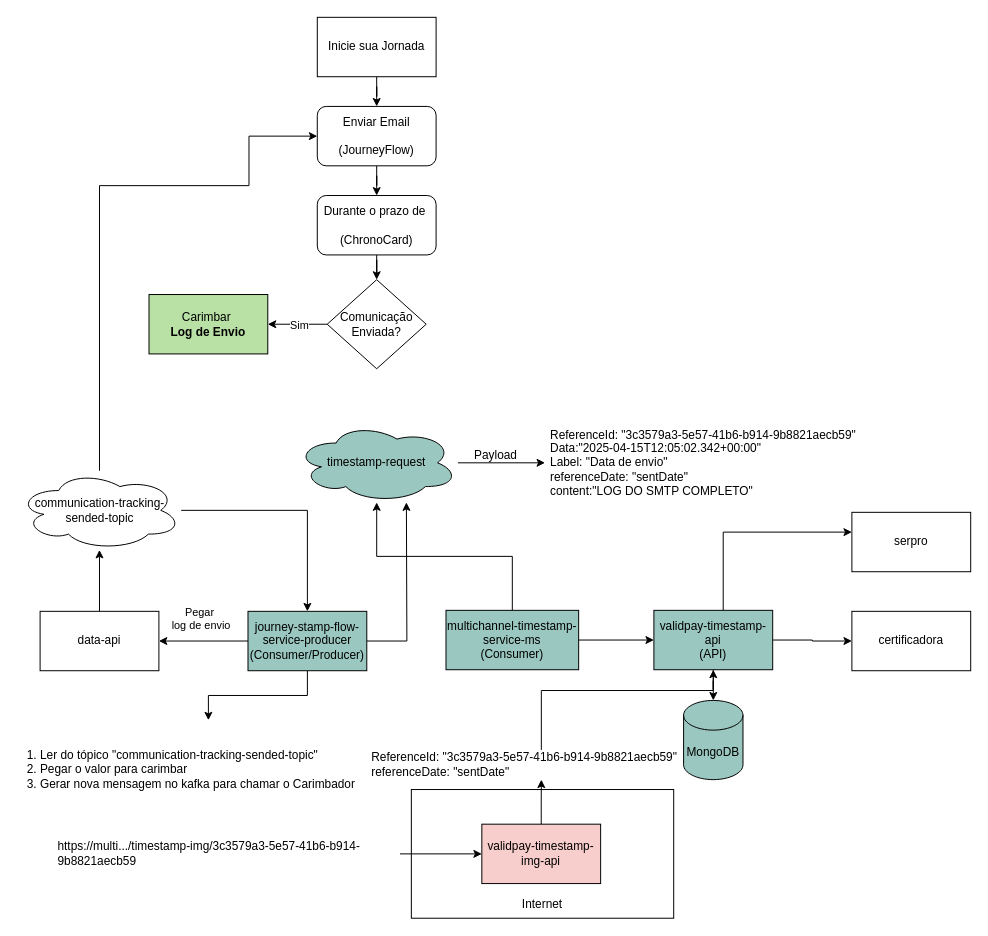
The draw.io diagram page "Desenho Jornada Carimbo Envio de Email com Back" (3 of 3) of Diagrama Journey.drawio in caio-bueno/draws-valid, before the edit. Source tidied: cells renumbered, new cells numbered last; positions are measured from the earlier drawing's top-left corner, leaving out a move shared by most shapes. Both pictures are drawn from the tidied source at 99%, with x=0, y=0 at pixel (18, 17).
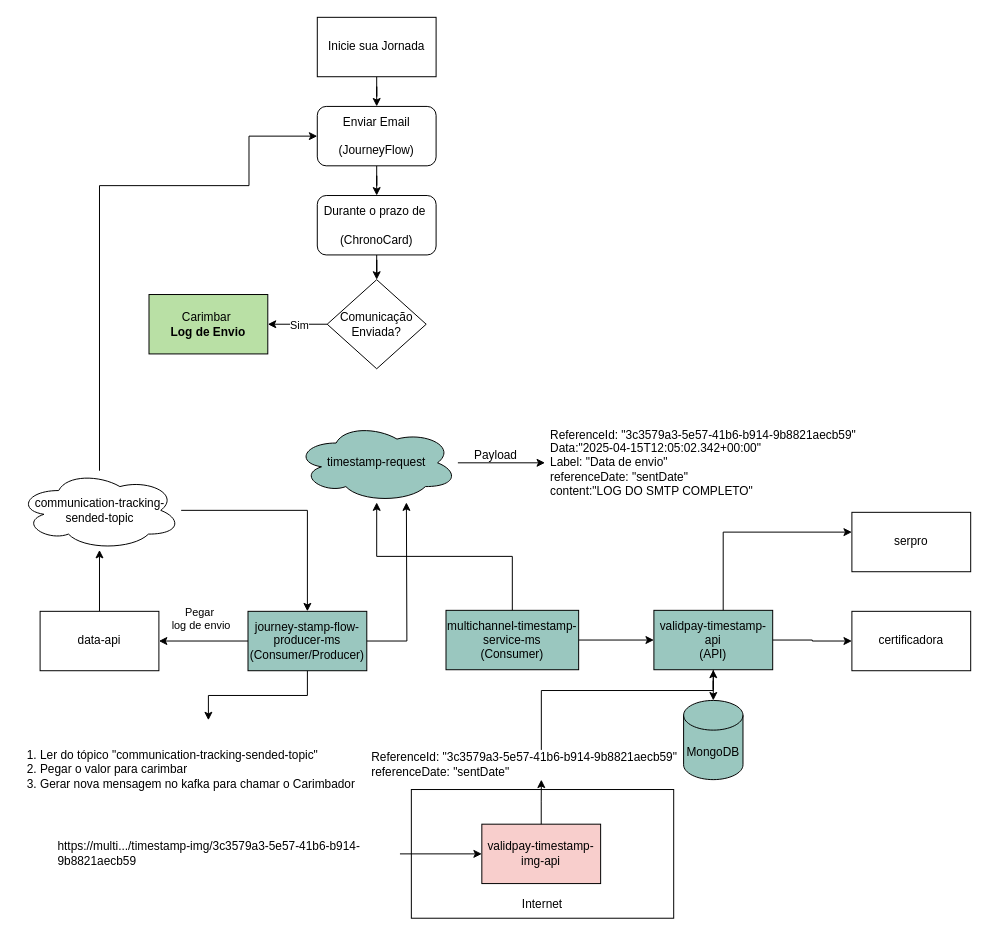
The same diagram, later.

Change to the diagram source:
```diff
@@
-    <mxCell id="14" value="journey-stamp-flow-service-producer&lt;div&gt;(Consumer/Producer)&lt;/div&gt;" style="rounded=0;whiteSpace=wrap;html=1;fillColor=#9AC7BF;" parent="1" vertex="1">
+    <mxCell id="14" value="journey-stamp-flow-producer-ms&lt;div&gt;(Consumer/Producer)&lt;/div&gt;" style="rounded=0;whiteSpace=wrap;html=1;fillColor=#9AC7BF;" parent="1" vertex="1">
       <mxGeometry x="232" y="600" width="120" height="60" as="geometry" />
     </mxCell>
```
